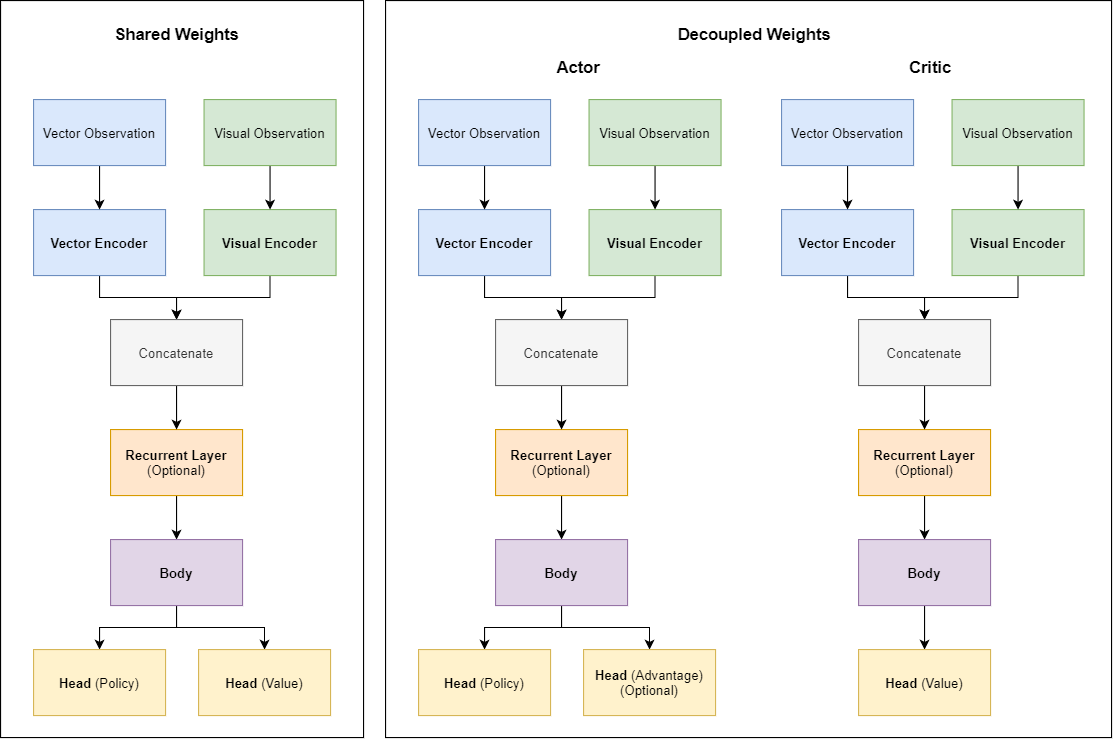
Earlier version of the draw.io export docs/img/general_model_architecture.png (MarcoMeter/neroRL). Source tidied: cells renumbered, new cells last; positions are measured from the earlier drawing's top-left corner, leaving out a move shared by most shapes.
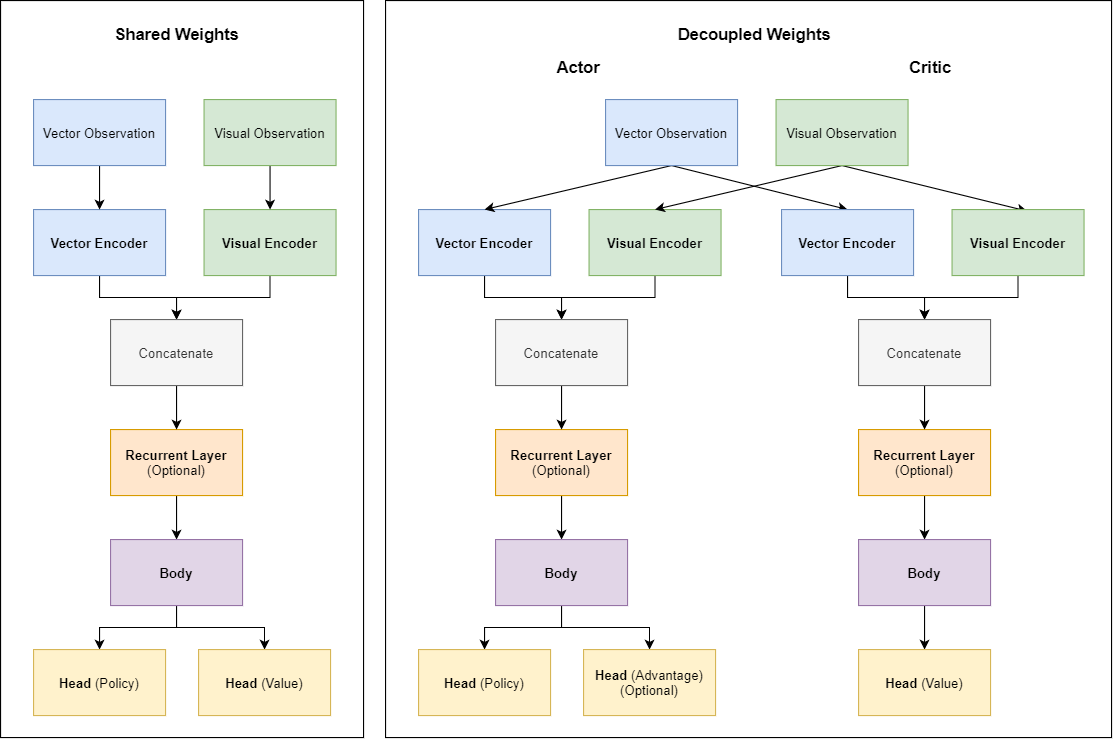
Later version of the same file.

Commit message:
last change to the model figure

What changed in the source:
```diff
@@ -101,17 +101,23 @@
     <mxCell id="34" value="Head &lt;span style=&quot;font-weight: normal&quot;&gt;(Advantage)&lt;br&gt;(Optional)&lt;br&gt;&lt;/span&gt;" style="rounded=0;whiteSpace=wrap;html=1;fillColor=#fff2cc;strokeColor=#d6b656;fontStyle=1;" parent="1" vertex="1">
       <mxGeometry x="530" y="590" width="120" height="60" as="geometry" />
     </mxCell>
-    <mxCell id="35" style="edgeStyle=orthogonalEdgeStyle;rounded=0;jettySize=auto;html=1;exitX=0.5;exitY=1;exitDx=0;exitDy=0;entryX=0.5;entryY=0;entryDx=0;entryDy=0;" parent="1" edge="1" source="36" target="27">
+    <mxCell id="35" style="rounded=0;jettySize=auto;html=1;exitX=0.5;exitY=1;exitDx=0;exitDy=0;entryX=0.5;entryY=0;entryDx=0;entryDy=0;" parent="1" edge="1" source="36" target="27">
       <mxGeometry relative="1" as="geometry" />
     </mxCell>
+    <mxCell id="57" style="edgeStyle=none;rounded=0;jettySize=auto;html=1;exitX=0.5;exitY=1;exitDx=0;exitDy=0;entryX=0.5;entryY=0;entryDx=0;entryDy=0;" parent="1" edge="1" source="36" target="45">
+      <mxGeometry relative="1" as="geometry" />
+    </mxCell>
     <mxCell id="36" value="Vector Observation" style="rounded=0;whiteSpace=wrap;html=1;fillColor=#dae8fc;strokeColor=#6c8ebf;fontStyle=0;" parent="1" vertex="1">
-      <mxGeometry x="380" y="90" width="120" height="60" as="geometry" />
+      <mxGeometry x="550" y="90" width="120" height="60" as="geometry" />
     </mxCell>
-    <mxCell id="37" style="edgeStyle=orthogonalEdgeStyle;rounded=0;jettySize=auto;html=1;exitX=0.5;exitY=1;exitDx=0;exitDy=0;entryX=0.5;entryY=0;entryDx=0;entryDy=0;" parent="1" edge="1" source="38" target="23">
+    <mxCell id="37" style="rounded=0;jettySize=auto;html=1;exitX=0.5;exitY=1;exitDx=0;exitDy=0;entryX=0.5;entryY=0;entryDx=0;entryDy=0;" parent="1" edge="1" source="38" target="23">
       <mxGeometry relative="1" as="geometry" />
     </mxCell>
+    <mxCell id="58" style="edgeStyle=none;rounded=0;jettySize=auto;html=1;exitX=0.5;exitY=1;exitDx=0;exitDy=0;entryX=0.568;entryY=0.023;entryDx=0;entryDy=0;entryPerimeter=0;" parent="1" edge="1" source="38" target="41">
+      <mxGeometry relative="1" as="geometry" />
+    </mxCell>
     <mxCell id="38" value="&lt;span style=&quot;font-weight: normal&quot;&gt;Visual Observation&lt;/span&gt;" style="rounded=0;whiteSpace=wrap;html=1;fillColor=#d5e8d4;strokeColor=#82b366;fontStyle=1;" parent="1" vertex="1">
-      <mxGeometry x="535" y="90" width="120" height="60" as="geometry" />
+      <mxGeometry x="705" y="90" width="120" height="60" as="geometry" />
     </mxCell>
     <mxCell id="39" value="&lt;font style=&quot;font-size: 15px&quot;&gt;Decoupled Weights&lt;/font&gt;" style="text;html=1;align=center;verticalAlign=middle;strokeColor=none;fontStyle=1;" parent="1" vertex="1">
       <mxGeometry x="610" y="20" width="150" height="20" as="geometry" />
@@ -149,18 +155,6 @@
     <mxCell id="50" value="Head &lt;span style=&quot;font-weight: normal&quot;&gt;(Value)&lt;/span&gt;" style="rounded=0;whiteSpace=wrap;html=1;fillColor=#fff2cc;strokeColor=#d6b656;fontStyle=1;" parent="1" vertex="1">
       <mxGeometry x="780" y="590" width="120" height="60" as="geometry" />
     </mxCell>
-    <mxCell id="51" style="edgeStyle=orthogonalEdgeStyle;rounded=0;jettySize=auto;html=1;exitX=0.5;exitY=1;exitDx=0;exitDy=0;entryX=0.5;entryY=0;entryDx=0;entryDy=0;" parent="1" edge="1" source="52" target="45">
-      <mxGeometry relative="1" as="geometry" />
-    </mxCell>
-    <mxCell id="52" value="Vector Observation" style="rounded=0;whiteSpace=wrap;html=1;fillColor=#dae8fc;strokeColor=#6c8ebf;fontStyle=0;" parent="1" vertex="1">
-      <mxGeometry x="710" y="90" width="120" height="60" as="geometry" />
-    </mxCell>
-    <mxCell id="53" style="edgeStyle=orthogonalEdgeStyle;rounded=0;jettySize=auto;html=1;exitX=0.5;exitY=1;exitDx=0;exitDy=0;entryX=0.5;entryY=0;entryDx=0;entryDy=0;" parent="1" edge="1" source="54" target="41">
-      <mxGeometry relative="1" as="geometry" />
-    </mxCell>
-    <mxCell id="54" value="&lt;span style=&quot;font-weight: normal&quot;&gt;Visual Observation&lt;/span&gt;" style="rounded=0;whiteSpace=wrap;html=1;fillColor=#d5e8d4;strokeColor=#82b366;fontStyle=1;" parent="1" vertex="1">
-      <mxGeometry x="865" y="90" width="120" height="60" as="geometry" />
-    </mxCell>
     <mxCell id="55" value="&lt;font style=&quot;font-size: 15px&quot;&gt;Actor&lt;/font&gt;" style="text;html=1;align=center;verticalAlign=middle;strokeColor=none;fontStyle=1;" parent="1" vertex="1">
       <mxGeometry x="500" y="50" width="50" height="20" as="geometry" />
     </mxCell>
```
